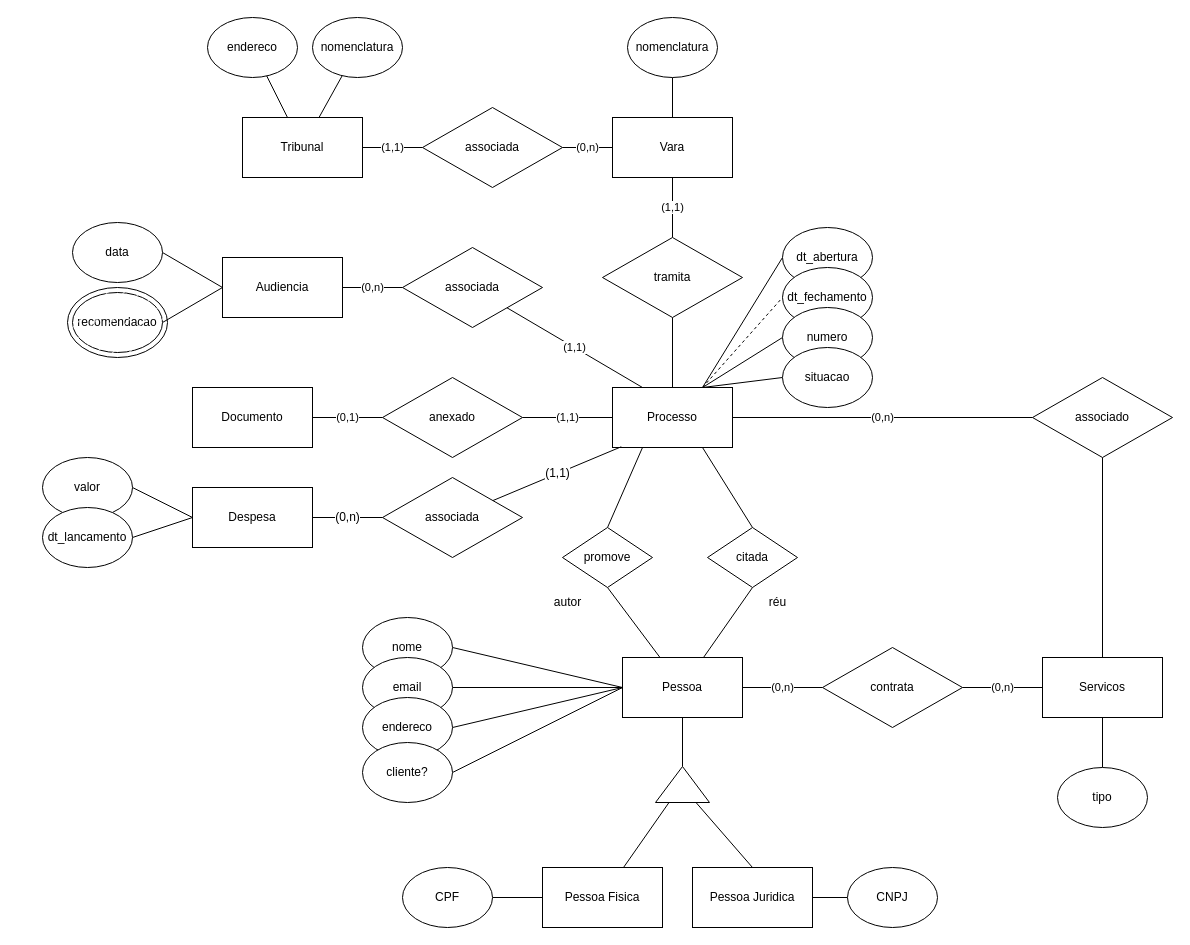
MayraPerpetua/Exercicios keeps this draw.io diagram as Diagrama sem nome.drawio. Above is the earlier version. Source tidied: cells renumbered, new cells numbered last; positions are measured from the earlier drawing's top-left corner, leaving out a move shared by most shapes. Both pictures are drawn from the tidied source at 100%, with x=0, y=0 at pixel (42, 17).
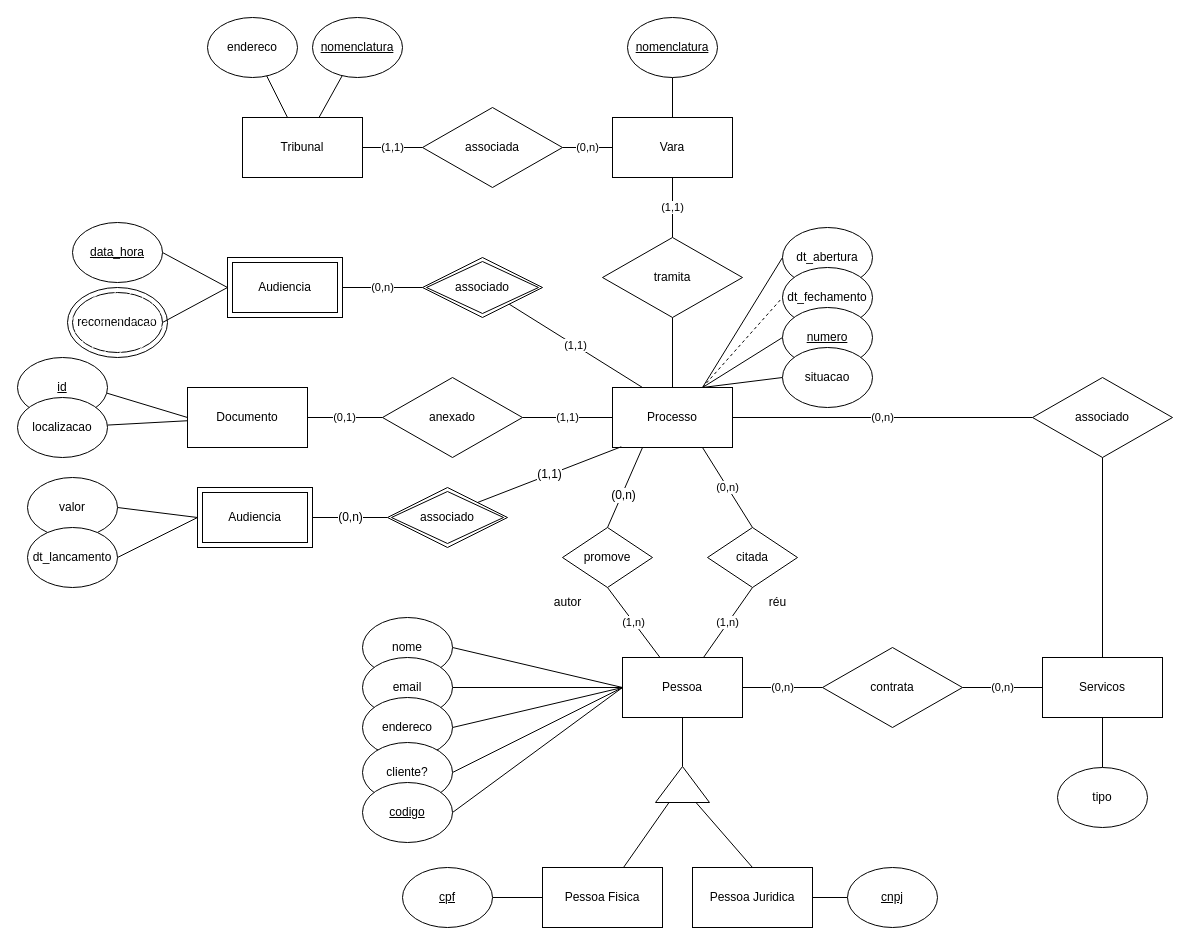
The same diagram, later.

The change refers to these unchanged cells:
```xml
<mxCell id="9" value="Pessoa" style="rounded=0;whiteSpace=wrap;html=1;" parent="1" vertex="1">
  <mxGeometry x="580" y="640" width="120" height="60" as="geometry" />
</mxCell>
<mxCell id="28" value="Processo" style="rounded=0;whiteSpace=wrap;html=1;" parent="1" vertex="1">
  <mxGeometry x="570" y="370" width="120" height="60" as="geometry" />
</mxCell>
<mxCell id="31" value="citada" style="rhombus;whiteSpace=wrap;html=1;" parent="1" vertex="1">
  <mxGeometry x="665" y="510" width="90" height="60" as="geometry" />
</mxCell>
<mxCell id="32" style="edgeStyle=none;rounded=0;jettySize=auto;html=1;exitX=0.5;exitY=0;exitDx=0;exitDy=0;entryX=0.25;entryY=1;entryDx=0;entryDy=0;endArrow=none;endFill=0;" parent="1" edge="1" source="34" target="28">
  <mxGeometry relative="1" as="geometry" />
</mxCell>
<mxCell id="34" value="promove" style="rhombus;whiteSpace=wrap;html=1;" parent="1" vertex="1">
  <mxGeometry x="520" y="510" width="90" height="60" as="geometry" />
</mxCell>
<mxCell id="45" value="anexado" style="rhombus;whiteSpace=wrap;html=1;" parent="1" vertex="1">
  <mxGeometry x="340" y="360" width="140" height="80" as="geometry" />
</mxCell>
<mxCell id="72" value="recomendacao" style="ellipse;whiteSpace=wrap;html=1;" parent="1" vertex="1">
  <mxGeometry x="30" y="275" width="90" height="60" as="geometry" />
</mxCell>
```

What changed in the source:
```diff
@@
-    <mxCell id="27" value="(1,1)" style="edgeStyle=none;rounded=0;jettySize=auto;html=1;exitX=0.25;exitY=0;exitDx=0;exitDy=0;endArrow=none;endFill=0;" parent="1" edge="1" source="28" target="69">
+    <mxCell id="27" value="(1,1)" style="edgeStyle=none;rounded=0;jettySize=auto;html=1;exitX=0.25;exitY=0;exitDx=0;exitDy=0;endArrow=none;endFill=0;" parent="1" edge="1" source="28" target="89">
       <mxGeometry relative="1" as="geometry" />
     </mxCell>
@@
-    <mxCell id="29" style="edgeStyle=none;rounded=0;jettySize=auto;html=1;exitX=0.5;exitY=0;exitDx=0;exitDy=0;entryX=0.75;entryY=1;entryDx=0;entryDy=0;endArrow=none;endFill=0;" parent="1" edge="1" source="31" target="28">
+    <mxCell id="29" value="(0,n)" style="edgeStyle=none;rounded=0;jettySize=auto;html=1;exitX=0.5;exitY=0;exitDx=0;exitDy=0;entryX=0.75;entryY=1;entryDx=0;entryDy=0;endArrow=none;endFill=0;" parent="1" edge="1" source="31" target="28">
       <mxGeometry relative="1" as="geometry" />
     </mxCell>
-    <mxCell id="30" style="edgeStyle=none;rounded=0;jettySize=auto;html=1;exitX=0.5;exitY=1;exitDx=0;exitDy=0;endArrow=none;endFill=0;" parent="1" edge="1" source="31" target="9">
+    <mxCell id="30" value="(1,n)" style="edgeStyle=none;rounded=0;jettySize=auto;html=1;exitX=0.5;exitY=1;exitDx=0;exitDy=0;endArrow=none;endFill=0;" parent="1" edge="1" source="31" target="9">
       <mxGeometry relative="1" as="geometry" />
     </mxCell>
@@
+    <mxCell id="83" value="(0,n)" style="edgeLabel;html=1;align=center;verticalAlign=middle;fontSize=12;fontFamily=Helvetica;fontColor=default;" parent="32" vertex="1">
+      <mxGeometry x="-0.17" y="-1" relative="1" as="geometry" />
+    </mxCell>
-    <mxCell id="33" style="edgeStyle=none;rounded=0;jettySize=auto;html=1;exitX=0.5;exitY=1;exitDx=0;exitDy=0;endArrow=none;endFill=0;" parent="1" edge="1" source="34" target="9">
+    <mxCell id="33" value="(1,n)" style="edgeStyle=none;rounded=0;jettySize=auto;html=1;exitX=0.5;exitY=1;exitDx=0;exitDy=0;endArrow=none;endFill=0;" parent="1" edge="1" source="34" target="9">
       <mxGeometry relative="1" as="geometry" />
     </mxCell>
@@
-    <mxCell id="41" value="CPF" style="ellipse;whiteSpace=wrap;html=1;" parent="1" vertex="1">
+    <mxCell id="41" value="&lt;u&gt;cpf&lt;/u&gt;" style="ellipse;whiteSpace=wrap;html=1;" parent="1" vertex="1">
       <mxGeometry x="360" y="850" width="90" height="60" as="geometry" />
     </mxCell>
@@
-    <mxCell id="43" value="CNPJ" style="ellipse;whiteSpace=wrap;html=1;" parent="1" vertex="1">
+    <mxCell id="43" value="&lt;u&gt;cnpj&lt;/u&gt;" style="ellipse;whiteSpace=wrap;html=1;" parent="1" vertex="1">
       <mxGeometry x="805" y="850" width="90" height="60" as="geometry" />
     </mxCell>
-    <mxCell id="44" value="(0,1)" style="edgeStyle=none;rounded=0;jettySize=auto;html=1;exitX=0;exitY=0.5;exitDx=0;exitDy=0;entryX=1;entryY=0.5;entryDx=0;entryDy=0;endArrow=none;endFill=0;" parent="1" edge="1" source="45" target="46">
+    <mxCell id="44" value="(0,1)" style="edgeStyle=none;rounded=0;jettySize=auto;html=1;exitX=0;exitY=0.5;exitDx=0;exitDy=0;endArrow=none;endFill=0;" parent="1" edge="1" source="45" target="46">
       <mxGeometry relative="1" as="geometry">
         <Array as="points">
           <mxPoint x="310" y="400" />
         </Array>
       </mxGeometry>
     </mxCell>
@@
-    <mxCell id="46" value="Documento" style="rounded=0;whiteSpace=wrap;html=1;" parent="1" vertex="1">
-      <mxGeometry x="150" y="370" width="120" height="60" as="geometry" />
-    </mxCell>
@@
-    <mxCell id="56" value="nomenclatura" style="ellipse;whiteSpace=wrap;html=1;" parent="1" vertex="1">
+    <mxCell id="56" value="&lt;u&gt;nomenclatura&lt;/u&gt;" style="ellipse;whiteSpace=wrap;html=1;" parent="1" vertex="1">
       <mxGeometry x="585" width="90" height="60" as="geometry" />
     </mxCell>
@@
-    <mxCell id="60" value="nomenclatura" style="ellipse;whiteSpace=wrap;html=1;" parent="1" vertex="1">
+    <mxCell id="60" value="&lt;u&gt;nomenclatura&lt;/u&gt;" style="ellipse;whiteSpace=wrap;html=1;" parent="1" vertex="1">
       <mxGeometry x="270" width="90" height="60" as="geometry" />
     </mxCell>
@@
-    <mxCell id="64" value="numero" style="ellipse;whiteSpace=wrap;html=1;" parent="1" vertex="1">
+    <mxCell id="64" value="&lt;u&gt;numero&lt;/u&gt;" style="ellipse;whiteSpace=wrap;html=1;" parent="1" vertex="1">
       <mxGeometry x="740" y="290" width="90" height="60" as="geometry" />
     </mxCell>
@@
-    <mxCell id="66" style="edgeStyle=none;rounded=0;jettySize=auto;html=1;exitX=0;exitY=0.5;exitDx=0;exitDy=0;entryX=1;entryY=0.5;entryDx=0;entryDy=0;fontFamily=Helvetica;fontSize=12;fontColor=default;endArrow=none;endFill=0;" parent="1" edge="1" source="67" target="72">
+    <mxCell id="66" style="edgeStyle=none;rounded=0;jettySize=auto;html=1;exitX=0;exitY=0.5;exitDx=0;exitDy=0;entryX=1;entryY=0.5;entryDx=0;entryDy=0;fontFamily=Helvetica;fontSize=12;fontColor=default;endArrow=none;endFill=0;" parent="1" edge="1" source="84" target="72">
       <mxGeometry relative="1" as="geometry" />
     </mxCell>
-    <mxCell id="67" value="Audiencia" style="rounded=0;whiteSpace=wrap;html=1;" parent="1" vertex="1">
-      <mxGeometry x="180" y="240" width="120" height="60" as="geometry" />
-    </mxCell>
-    <mxCell id="68" value="(0,n)" style="edgeStyle=none;rounded=0;jettySize=auto;html=1;exitX=0;exitY=0.5;exitDx=0;exitDy=0;entryX=1;entryY=0.5;entryDx=0;entryDy=0;endArrow=none;endFill=0;" parent="1" edge="1" source="69" target="67">
+    <mxCell id="68" value="(0,n)" style="edgeStyle=none;rounded=0;jettySize=auto;html=1;endArrow=none;endFill=0;" parent="1" edge="1" source="89" target="84">
       <mxGeometry relative="1" as="geometry" />
     </mxCell>
-    <mxCell id="69" value="associada" style="rhombus;whiteSpace=wrap;html=1;" parent="1" vertex="1">
-      <mxGeometry x="360" y="230" width="140" height="80" as="geometry" />
-    </mxCell>
-    <mxCell id="70" style="edgeStyle=none;rounded=0;jettySize=auto;html=1;exitX=1;exitY=0.5;exitDx=0;exitDy=0;entryX=0;entryY=0.5;entryDx=0;entryDy=0;fontFamily=Helvetica;fontSize=12;fontColor=default;endArrow=none;endFill=0;" parent="1" edge="1" source="71" target="67">
+    <mxCell id="70" style="edgeStyle=none;rounded=0;jettySize=auto;html=1;exitX=1;exitY=0.5;exitDx=0;exitDy=0;entryX=0;entryY=0.5;entryDx=0;entryDy=0;fontFamily=Helvetica;fontSize=12;fontColor=default;endArrow=none;endFill=0;" parent="1" edge="1" source="71" target="84">
       <mxGeometry relative="1" as="geometry" />
     </mxCell>
-    <mxCell id="71" value="data" style="ellipse;whiteSpace=wrap;html=1;" parent="1" vertex="1">
+    <mxCell id="71" value="&lt;u&gt;data_hora&lt;/u&gt;" style="ellipse;whiteSpace=wrap;html=1;" parent="1" vertex="1">
       <mxGeometry x="30" y="205" width="90" height="60" as="geometry" />
     </mxCell>
@@
-    <mxCell id="74" value="(1,1)" style="edgeStyle=none;rounded=0;jettySize=auto;html=1;entryX=0.073;entryY=0.988;entryDx=0;entryDy=0;entryPerimeter=0;fontFamily=Helvetica;fontSize=12;fontColor=default;endArrow=none;endFill=0;" parent="1" edge="1" source="75" target="28">
+    <mxCell id="74" value="(1,1)" style="edgeStyle=none;rounded=0;jettySize=auto;html=1;entryX=0.073;entryY=0.988;entryDx=0;entryDy=0;entryPerimeter=0;fontFamily=Helvetica;fontSize=12;fontColor=default;endArrow=none;endFill=0;exitX=1;exitY=0;exitDx=0;exitDy=0;" parent="1" edge="1" source="90" target="28">
       <mxGeometry relative="1" as="geometry" />
     </mxCell>
-    <mxCell id="75" value="associada" style="rhombus;whiteSpace=wrap;html=1;" parent="1" vertex="1">
-      <mxGeometry x="340" y="460" width="140" height="80" as="geometry" />
-    </mxCell>
-    <mxCell id="76" value="(0,n)" style="edgeStyle=none;rounded=0;jettySize=auto;html=1;exitX=1;exitY=0.5;exitDx=0;exitDy=0;entryX=0;entryY=0.5;entryDx=0;entryDy=0;fontFamily=Helvetica;fontSize=12;fontColor=default;endArrow=none;endFill=0;" parent="1" edge="1" source="79" target="75">
+    <mxCell id="76" value="(0,n)" style="edgeStyle=none;rounded=0;jettySize=auto;html=1;exitX=1;exitY=0.5;exitDx=0;exitDy=0;entryX=0;entryY=0.5;entryDx=0;entryDy=0;fontFamily=Helvetica;fontSize=12;fontColor=default;endArrow=none;endFill=0;" parent="1" edge="1" source="91" target="90">
       <mxGeometry relative="1" as="geometry" />
     </mxCell>
-    <mxCell id="77" style="edgeStyle=none;rounded=0;jettySize=auto;html=1;exitX=0;exitY=0.5;exitDx=0;exitDy=0;entryX=1;entryY=0.5;entryDx=0;entryDy=0;fontFamily=Helvetica;fontSize=12;fontColor=default;endArrow=none;endFill=0;" parent="1" edge="1" source="79" target="80">
+    <mxCell id="77" style="edgeStyle=none;rounded=0;jettySize=auto;html=1;exitX=0;exitY=0.5;exitDx=0;exitDy=0;entryX=1;entryY=0.5;entryDx=0;entryDy=0;fontFamily=Helvetica;fontSize=12;fontColor=default;endArrow=none;endFill=0;" parent="1" edge="1" source="91" target="80">
       <mxGeometry relative="1" as="geometry" />
     </mxCell>
-    <mxCell id="78" style="edgeStyle=none;rounded=0;jettySize=auto;html=1;exitX=0;exitY=0.5;exitDx=0;exitDy=0;entryX=1;entryY=0.5;entryDx=0;entryDy=0;fontFamily=Helvetica;fontSize=12;fontColor=default;endArrow=none;endFill=0;" parent="1" edge="1" source="79" target="81">
+    <mxCell id="78" style="edgeStyle=none;rounded=0;jettySize=auto;html=1;exitX=0;exitY=0.5;exitDx=0;exitDy=0;entryX=1;entryY=0.5;entryDx=0;entryDy=0;fontFamily=Helvetica;fontSize=12;fontColor=default;endArrow=none;endFill=0;" parent="1" edge="1" source="91" target="81">
       <mxGeometry relative="1" as="geometry" />
     </mxCell>
-    <mxCell id="79" value="Despesa" style="rounded=0;whiteSpace=wrap;html=1;" parent="1" vertex="1">
-      <mxGeometry x="150" y="470" width="120" height="60" as="geometry" />
-    </mxCell>
     <mxCell id="80" value="valor" style="ellipse;whiteSpace=wrap;html=1;" parent="1" vertex="1">
-      <mxGeometry y="440" width="90" height="60" as="geometry" />
+      <mxGeometry x="-15" y="460" width="90" height="60" as="geometry" />
     </mxCell>
     <mxCell id="81" value="dt_lancamento" style="ellipse;whiteSpace=wrap;html=1;" parent="1" vertex="1">
-      <mxGeometry y="490" width="90" height="60" as="geometry" />
+      <mxGeometry x="-15" y="510" width="90" height="60" as="geometry" />
     </mxCell>
@@
+    <mxCell id="84" value="Audiencia" style="shape=ext;margin=3;double=1;whiteSpace=wrap;html=1;align=center;strokeColor=default;fontFamily=Helvetica;fontSize=12;fontColor=default;fillColor=default;" parent="1" vertex="1">
+      <mxGeometry x="185" y="240" width="115" height="60" as="geometry" />
+    </mxCell>
+    <mxCell id="85" style="edgeStyle=none;rounded=0;jettySize=auto;html=1;fontFamily=Helvetica;fontSize=12;fontColor=default;endArrow=none;endFill=0;" parent="1" edge="1" source="46" target="88">
+      <mxGeometry relative="1" as="geometry" />
+    </mxCell>
+    <mxCell id="86" style="edgeStyle=none;rounded=0;jettySize=auto;html=1;exitX=0;exitY=0.5;exitDx=0;exitDy=0;entryX=0.989;entryY=0.592;entryDx=0;entryDy=0;entryPerimeter=0;fontFamily=Helvetica;fontSize=12;fontColor=default;endArrow=none;endFill=0;" parent="1" edge="1" source="46" target="87">
+      <mxGeometry relative="1" as="geometry" />
+    </mxCell>
+    <mxCell id="46" value="Documento" style="rounded=0;whiteSpace=wrap;html=1;" parent="1" vertex="1">
+      <mxGeometry x="145" y="370" width="120" height="60" as="geometry" />
+    </mxCell>
+    <mxCell id="87" value="&lt;u&gt;id&lt;/u&gt;" style="ellipse;whiteSpace=wrap;html=1;" parent="1" vertex="1">
+      <mxGeometry x="-25" y="340" width="90" height="60" as="geometry" />
+    </mxCell>
+    <mxCell id="88" value="localizacao" style="ellipse;whiteSpace=wrap;html=1;" parent="1" vertex="1">
+      <mxGeometry x="-25" y="380" width="90" height="60" as="geometry" />
+    </mxCell>
+    <mxCell id="89" value="associado" style="shape=rhombus;double=1;perimeter=rhombusPerimeter;whiteSpace=wrap;html=1;align=center;strokeColor=default;fontFamily=Helvetica;fontSize=12;fontColor=default;fillColor=default;" parent="1" vertex="1">
+      <mxGeometry x="380" y="240" width="120" height="60" as="geometry" />
+    </mxCell>
+    <mxCell id="90" value="associado" style="shape=rhombus;double=1;perimeter=rhombusPerimeter;whiteSpace=wrap;html=1;align=center;strokeColor=default;fontFamily=Helvetica;fontSize=12;fontColor=default;fillColor=default;" parent="1" vertex="1">
+      <mxGeometry x="345" y="470" width="120" height="60" as="geometry" />
+    </mxCell>
+    <mxCell id="91" value="Audiencia" style="shape=ext;margin=3;double=1;whiteSpace=wrap;html=1;align=center;strokeColor=default;fontFamily=Helvetica;fontSize=12;fontColor=default;fillColor=default;" parent="1" vertex="1">
+      <mxGeometry x="155" y="470" width="115" height="60" as="geometry" />
+    </mxCell>
+    <mxCell id="92" style="edgeStyle=none;rounded=0;jettySize=auto;html=1;exitX=1;exitY=0.5;exitDx=0;exitDy=0;entryX=0;entryY=0.5;entryDx=0;entryDy=0;fontFamily=Helvetica;fontSize=12;fontColor=default;endArrow=none;endFill=0;" parent="1" edge="1" source="93" target="9">
+      <mxGeometry relative="1" as="geometry" />
+    </mxCell>
+    <mxCell id="93" value="&lt;u&gt;codigo&lt;/u&gt;" style="ellipse;whiteSpace=wrap;html=1;" parent="1" vertex="1">
+      <mxGeometry x="320" y="765" width="90" height="60" as="geometry" />
+    </mxCell>
```
